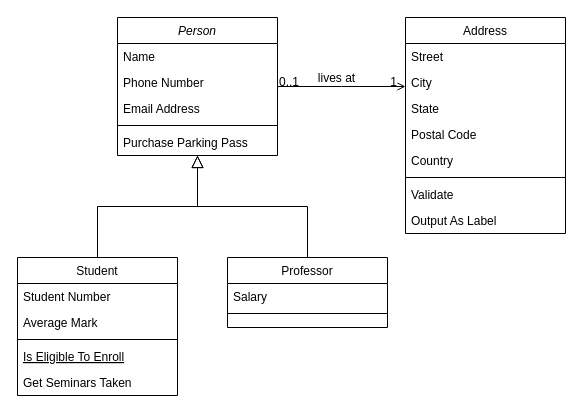
Earlier version of the draw.io diagram libraries/Biểu đồ không có tiêu đề.drawio (SangTin/My-Adventure). Source tidied: cells renumbered, new cells numbered last; positions are measured from the earlier drawing's top-left corner, leaving out a move shared by most shapes. Both pictures are drawn from the tidied source at 100%, with x=0, y=0 at pixel (17, 17).
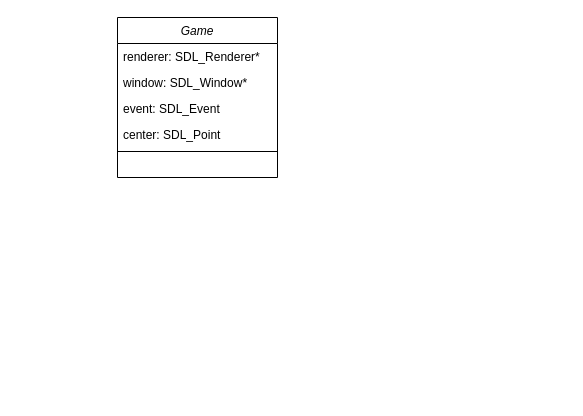
After the change.

What changed in the source:
```diff
@@
-    <mxCell id="2" value="Person" style="swimlane;fontStyle=2;align=center;verticalAlign=top;horizontal=1;startSize=26;rounded=0;shadow=0;strokeWidth=1;" parent="1" vertex="1">
-      <mxGeometry x="100" width="160" height="138" as="geometry" />
+    <mxCell id="2" value="Game" style="swimlane;fontStyle=2;align=center;verticalAlign=top;horizontal=1;startSize=26;rounded=0;shadow=0;strokeWidth=1;" parent="1" vertex="1">
+      <mxGeometry x="100" width="160" height="160" as="geometry" />
     </mxCell>
-    <mxCell id="3" value="Name" style="text;align=left;verticalAlign=top;spacingLeft=4;spacingRight=4;overflow=hidden;" parent="2" vertex="1">
+    <mxCell id="3" value="renderer: SDL_Renderer*" style="text;align=left;verticalAlign=top;spacingLeft=4;spacingRight=4;overflow=hidden;" parent="2" vertex="1">
       <mxGeometry y="26" width="160" height="26" as="geometry" />
     </mxCell>
-    <mxCell id="4" value="Phone Number" style="text;align=left;verticalAlign=top;spacingLeft=4;spacingRight=4;overflow=hidden;rounded=0;shadow=0;html=0;" parent="2" vertex="1">
+    <mxCell id="4" value="window: SDL_Window*" style="text;align=left;verticalAlign=top;spacingLeft=4;spacingRight=4;overflow=hidden;rounded=0;shadow=0;html=0;" parent="2" vertex="1">
       <mxGeometry y="52" width="160" height="26" as="geometry" />
     </mxCell>
-    <mxCell id="5" value="Email Address" style="text;align=left;verticalAlign=top;spacingLeft=4;spacingRight=4;overflow=hidden;rounded=0;shadow=0;html=0;" parent="2" vertex="1">
+    <mxCell id="5" value="event: SDL_Event" style="text;align=left;verticalAlign=top;spacingLeft=4;spacingRight=4;overflow=hidden;rounded=0;shadow=0;html=0;" parent="2" vertex="1">
       <mxGeometry y="78" width="160" height="26" as="geometry" />
     </mxCell>
+    <mxCell id="32" value="center: SDL_Point" style="text;align=left;verticalAlign=top;spacingLeft=4;spacingRight=4;overflow=hidden;rounded=0;shadow=0;html=0;" parent="2" vertex="1">
+      <mxGeometry y="104" width="160" height="26" as="geometry" />
+    </mxCell>
     <mxCell id="6" style="line;html=1;strokeWidth=1;align=left;verticalAlign=middle;spacingTop=-1;spacingLeft=3;spacingRight=3;labelPosition=right;" parent="2" vertex="1">
-      <mxGeometry y="104" width="160" height="8" as="geometry" />
+      <mxGeometry y="130" width="160" height="8" as="geometry" />
     </mxCell>
-    <mxCell id="7" value="Purchase Parking Pass" style="text;align=left;verticalAlign=top;spacingLeft=4;spacingRight=4;overflow=hidden;" parent="2" vertex="1">
-      <mxGeometry y="112" width="160" height="26" as="geometry" />
-    </mxCell>
-    <mxCell id="8" value="Student" style="swimlane;fontStyle=0;align=center;verticalAlign=top;horizontal=1;startSize=26;rounded=0;shadow=0;strokeWidth=1;" parent="1" vertex="1">
-      <mxGeometry y="240" width="160" height="138" as="geometry" />
-    </mxCell>
-    <mxCell id="9" value="Student Number" style="text;align=left;verticalAlign=top;spacingLeft=4;spacingRight=4;overflow=hidden;" parent="8" vertex="1">
-      <mxGeometry y="26" width="160" height="26" as="geometry" />
-    </mxCell>
-    <mxCell id="10" value="Average Mark" style="text;align=left;verticalAlign=top;spacingLeft=4;spacingRight=4;overflow=hidden;rounded=0;shadow=0;html=0;" parent="8" vertex="1">
-      <mxGeometry y="52" width="160" height="26" as="geometry" />
-    </mxCell>
-    <mxCell id="11" style="line;html=1;strokeWidth=1;align=left;verticalAlign=middle;spacingTop=-1;spacingLeft=3;spacingRight=3;labelPosition=right;" parent="8" vertex="1">
-      <mxGeometry y="78" width="160" height="8" as="geometry" />
-    </mxCell>
-    <mxCell id="12" value="Is Eligible To Enroll" style="text;align=left;verticalAlign=top;spacingLeft=4;spacingRight=4;overflow=hidden;fontStyle=4;" parent="8" vertex="1">
-      <mxGeometry y="86" width="160" height="26" as="geometry" />
-    </mxCell>
-    <mxCell id="13" value="Get Seminars Taken" style="text;align=left;verticalAlign=top;spacingLeft=4;spacingRight=4;overflow=hidden;" parent="8" vertex="1">
-      <mxGeometry y="112" width="160" height="26" as="geometry" />
-    </mxCell>
-    <mxCell id="14" style="endArrow=block;endSize=10;endFill=0;shadow=0;strokeWidth=1;rounded=0;edgeStyle=elbowEdgeStyle;elbow=vertical;" parent="1" edge="1" source="8" target="2">
-      <mxGeometry relative="1" as="geometry" />
-    </mxCell>
-    <mxCell id="15" value="Professor" style="swimlane;fontStyle=0;align=center;verticalAlign=top;horizontal=1;startSize=26;rounded=0;shadow=0;strokeWidth=1;" parent="1" vertex="1">
-      <mxGeometry x="210" y="240" width="160" height="70" as="geometry" />
-    </mxCell>
-    <mxCell id="16" value="Salary" style="text;align=left;verticalAlign=top;spacingLeft=4;spacingRight=4;overflow=hidden;" parent="15" vertex="1">
-      <mxGeometry y="26" width="160" height="26" as="geometry" />
-    </mxCell>
-    <mxCell id="17" style="line;html=1;strokeWidth=1;align=left;verticalAlign=middle;spacingTop=-1;spacingLeft=3;spacingRight=3;labelPosition=right;" parent="15" vertex="1">
-      <mxGeometry y="52" width="160" height="8" as="geometry" />
-    </mxCell>
-    <mxCell id="18" style="endArrow=block;endSize=10;endFill=0;shadow=0;strokeWidth=1;rounded=0;edgeStyle=elbowEdgeStyle;elbow=vertical;" parent="1" edge="1" source="15" target="2">
-      <mxGeometry relative="1" as="geometry" />
-    </mxCell>
-    <mxCell id="19" value="Address" style="swimlane;fontStyle=0;align=center;verticalAlign=top;horizontal=1;startSize=26;rounded=0;shadow=0;strokeWidth=1;" parent="1" vertex="1">
-      <mxGeometry x="388" width="160" height="216" as="geometry" />
-    </mxCell>
-    <mxCell id="20" value="Street" style="text;align=left;verticalAlign=top;spacingLeft=4;spacingRight=4;overflow=hidden;" parent="19" vertex="1">
-      <mxGeometry y="26" width="160" height="26" as="geometry" />
-    </mxCell>
-    <mxCell id="21" value="City" style="text;align=left;verticalAlign=top;spacingLeft=4;spacingRight=4;overflow=hidden;rounded=0;shadow=0;html=0;" parent="19" vertex="1">
-      <mxGeometry y="52" width="160" height="26" as="geometry" />
-    </mxCell>
-    <mxCell id="22" value="State" style="text;align=left;verticalAlign=top;spacingLeft=4;spacingRight=4;overflow=hidden;rounded=0;shadow=0;html=0;" parent="19" vertex="1">
-      <mxGeometry y="78" width="160" height="26" as="geometry" />
-    </mxCell>
-    <mxCell id="23" value="Postal Code" style="text;align=left;verticalAlign=top;spacingLeft=4;spacingRight=4;overflow=hidden;rounded=0;shadow=0;html=0;" parent="19" vertex="1">
-      <mxGeometry y="104" width="160" height="26" as="geometry" />
-    </mxCell>
-    <mxCell id="24" value="Country" style="text;align=left;verticalAlign=top;spacingLeft=4;spacingRight=4;overflow=hidden;rounded=0;shadow=0;html=0;" parent="19" vertex="1">
-      <mxGeometry y="130" width="160" height="26" as="geometry" />
-    </mxCell>
-    <mxCell id="25" style="line;html=1;strokeWidth=1;align=left;verticalAlign=middle;spacingTop=-1;spacingLeft=3;spacingRight=3;labelPosition=right;" parent="19" vertex="1">
-      <mxGeometry y="156" width="160" height="8" as="geometry" />
-    </mxCell>
-    <mxCell id="26" value="Validate" style="text;align=left;verticalAlign=top;spacingLeft=4;spacingRight=4;overflow=hidden;" parent="19" vertex="1">
-      <mxGeometry y="164" width="160" height="26" as="geometry" />
-    </mxCell>
-    <mxCell id="27" value="Output As Label" style="text;align=left;verticalAlign=top;spacingLeft=4;spacingRight=4;overflow=hidden;" parent="19" vertex="1">
-      <mxGeometry y="190" width="160" height="26" as="geometry" />
-    </mxCell>
-    <mxCell id="28" style="endArrow=open;shadow=0;strokeWidth=1;rounded=0;endFill=1;edgeStyle=elbowEdgeStyle;elbow=vertical;" parent="1" edge="1" source="2" target="19">
-      <mxGeometry x="0.5" y="41" relative="1" as="geometry">
-        <mxPoint x="-40" y="32" as="offset" />
-      </mxGeometry>
-    </mxCell>
-    <mxCell id="29" value="0..1" style="align=left;verticalAlign=bottom;labelBackgroundColor=none;fontSize=12;" parent="28" vertex="1">
-      <mxGeometry x="-1" relative="1" as="geometry">
-        <mxPoint y="4" as="offset" />
-      </mxGeometry>
-    </mxCell>
-    <mxCell id="30" value="1" style="align=right;verticalAlign=bottom;labelBackgroundColor=none;fontSize=12;" parent="28" vertex="1">
-      <mxGeometry x="1" relative="1" as="geometry">
-        <mxPoint x="-7" y="4" as="offset" />
-      </mxGeometry>
-    </mxCell>
-    <mxCell id="31" value="lives at" style="text;html=1;align=center;verticalAlign=middle;labelBackgroundColor=none;rounded=0;shadow=0;strokeWidth=1;fontSize=12;" parent="28" vertex="1">
-      <mxGeometry x="0.5" y="49" relative="1" as="geometry">
-        <mxPoint x="-38" y="40" as="offset" />
-      </mxGeometry>
-    </mxCell>
```
